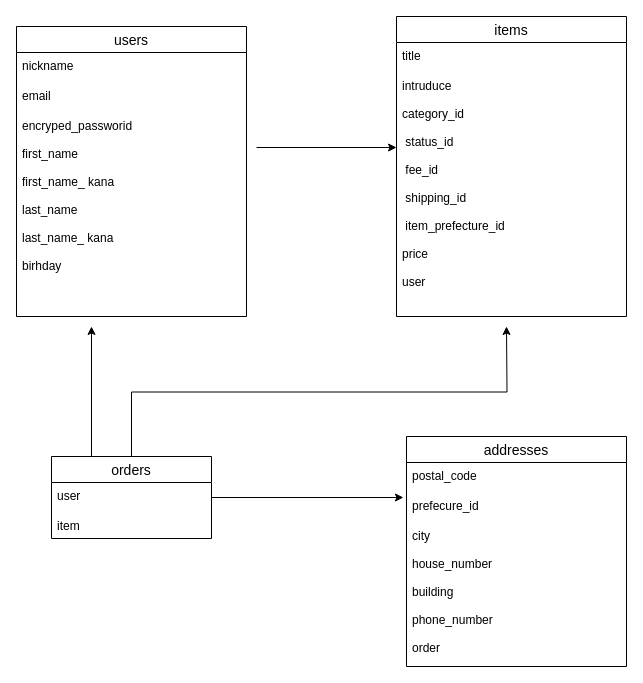
Earlier version of the draw.io diagram app/views/orders/test.dio (wtoshiaki/furima-36571). Source tidied: cells renumbered, new cells numbered last; positions are measured from the earlier drawing's top-left corner, leaving out a move shared by most shapes. Both pictures are drawn from the tidied source at 100%, with x=0, y=0 at pixel (16, 16).
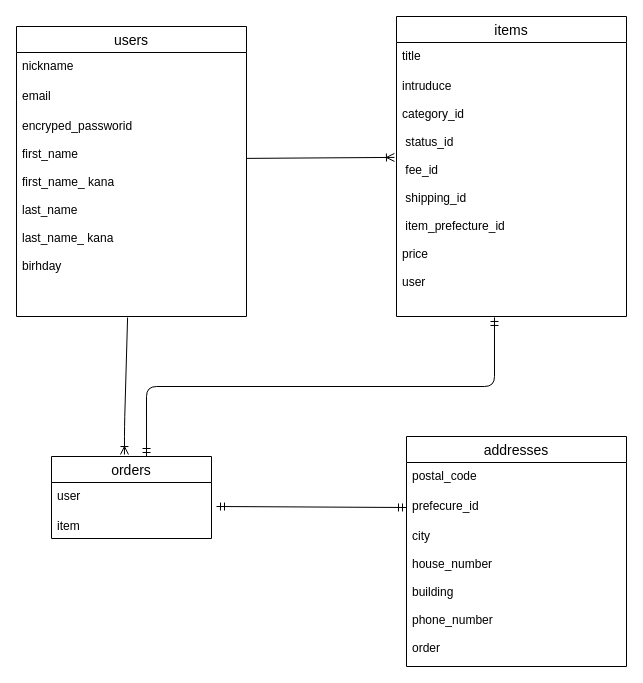
After the change.

Unchanged cells that the change refers to:
```xml
<mxCell id="5" value="encryped_passworid&#10;&#10;first_name&#10;&#10;first_name_ kana&#10;&#10;last_name&#10;&#10;last_name_ kana&#10;&#10;birhday" style="text;strokeColor=none;fillColor=none;spacingLeft=4;spacingRight=4;overflow=hidden;points=[[0,0.5],[1,0.5]];portConstraint=eastwest;fontSize=12;fontStyle=0;" parent="2" vertex="1">
  <mxGeometry y="86" width="230" height="204" as="geometry" />
</mxCell>
<mxCell id="8" value="orders" style="swimlane;fontStyle=0;horizontal=1;startSize=26;align=center;fontSize=14;" parent="1" vertex="1">
  <mxGeometry x="35" y="440" width="160" height="82" as="geometry" />
</mxCell>
<mxCell id="9" value="user" style="text;strokeColor=none;fillColor=none;spacingLeft=4;spacingRight=4;overflow=hidden;points=[[0,0.5],[1,0.5]];portConstraint=eastwest;fontSize=12;" parent="8" vertex="1">
  <mxGeometry y="26" width="160" height="30" as="geometry" />
</mxCell>
<mxCell id="13" value="intruduce&#10; &#10;category_id&#10;&#10; status_id &#10;&#10; fee_id &#10;&#10; shipping_id&#10; &#10; item_prefecture_id &#10;&#10;price &#10;&#10;user       " style="text;strokeColor=none;fillColor=none;spacingLeft=4;spacingRight=4;overflow=hidden;points=[[0,0.5],[1,0.5]];portConstraint=eastwest;fontSize=12;" parent="11" vertex="1">
  <mxGeometry y="56" width="230" height="244" as="geometry" />
</mxCell>
<mxCell id="16" value="prefecure_id" style="text;strokeColor=none;fillColor=none;spacingLeft=4;spacingRight=4;overflow=hidden;points=[[0,0.5],[1,0.5]];portConstraint=eastwest;fontSize=12;" parent="14" vertex="1">
  <mxGeometry y="56" width="220" height="30" as="geometry" />
</mxCell>
```

Diff of the diagram source:
```diff
@@
-    <mxCell id="6" style="edgeStyle=orthogonalEdgeStyle;rounded=0;jettySize=auto;html=1;exitX=0.5;exitY=0;exitDx=0;exitDy=0;" parent="1" edge="1" source="8">
-      <mxGeometry relative="1" as="geometry">
-        <mxPoint x="490" y="310" as="targetPoint" />
-      </mxGeometry>
-    </mxCell>
-    <mxCell id="7" style="edgeStyle=orthogonalEdgeStyle;rounded=0;jettySize=auto;html=1;exitX=0.25;exitY=0;exitDx=0;exitDy=0;" parent="1" edge="1" source="8">
-      <mxGeometry relative="1" as="geometry">
-        <mxPoint x="75" y="310" as="targetPoint" />
-      </mxGeometry>
-    </mxCell>
@@
-    <mxCell id="18" style="edgeStyle=none;rounded=0;orthogonalLoop=1;jettySize=auto;html=1;" parent="1" edge="1">
-      <mxGeometry relative="1" as="geometry">
-        <mxPoint x="240" y="131" as="sourcePoint" />
-        <mxPoint x="380" y="131" as="targetPoint" />
-      </mxGeometry>
-    </mxCell>
-    <mxCell id="19" style="edgeStyle=none;rounded=0;jettySize=auto;html=1;exitX=1;exitY=0.5;exitDx=0;exitDy=0;entryX=-0.014;entryY=0.167;entryDx=0;entryDy=0;entryPerimeter=0;" parent="1" edge="1" source="9" target="16">
-      <mxGeometry relative="1" as="geometry" />
-    </mxCell>
+    <mxCell id="20" style="fontSize=12;html=1;endArrow=ERoneToMany;exitX=1;exitY=0.225;exitDx=0;exitDy=0;exitPerimeter=0;entryX=-0.009;entryY=0.348;entryDx=0;entryDy=0;entryPerimeter=0;" parent="1" edge="1" source="5" target="13">
+      <mxGeometry relative="1" as="geometry" />
+    </mxCell>
+    <mxCell id="21" style="fontSize=12;html=1;endArrow=ERmandOne;startArrow=ERmandOne;entryX=0;entryY=0.5;entryDx=0;entryDy=0;" parent="1" edge="1" target="16">
+      <mxGeometry relative="1" as="geometry">
+        <mxPoint x="200" y="490" as="sourcePoint" />
+      </mxGeometry>
+    </mxCell>
+    <mxCell id="22" style="fontSize=12;html=1;endArrow=ERoneToMany;exitX=0.483;exitY=1.005;exitDx=0;exitDy=0;exitPerimeter=0;entryX=0.456;entryY=-0.024;entryDx=0;entryDy=0;entryPerimeter=0;" parent="1" edge="1" source="5" target="8">
+      <mxGeometry relative="1" as="geometry">
+        <Array as="points">
+          <mxPoint x="108" y="410" />
+        </Array>
+      </mxGeometry>
+    </mxCell>
+    <mxCell id="23" style="edgeStyle=orthogonalEdgeStyle;fontSize=12;html=1;endArrow=ERmandOne;startArrow=ERmandOne;exitX=0.594;exitY=0;exitDx=0;exitDy=0;exitPerimeter=0;entryX=0.426;entryY=1.004;entryDx=0;entryDy=0;entryPerimeter=0;" parent="1" edge="1" source="8" target="13">
+      <mxGeometry relative="1" as="geometry" />
+    </mxCell>
```
